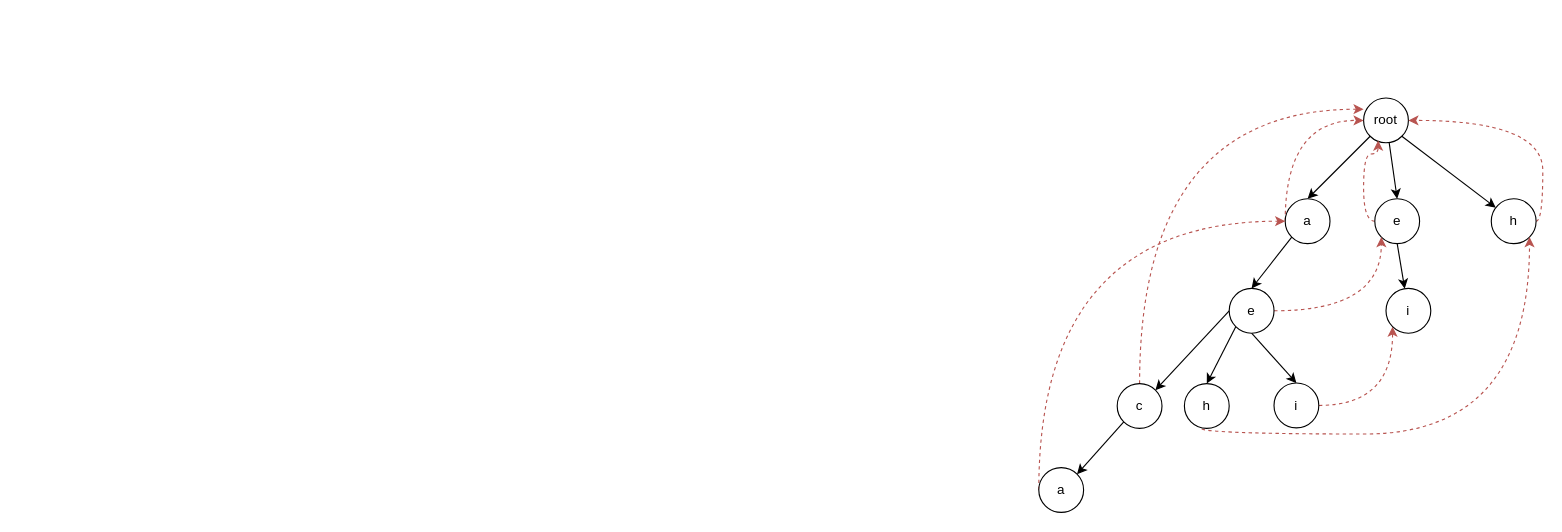
The draw.io diagram KMP、字典树、AC自动机.drawio in a7956232/drawIOFiles, before the edit. Source tidied: cells renumbered, new cells numbered last; positions are measured from the earlier drawing's top-left corner, leaving out a move shared by most shapes. Both pictures are drawn from the tidied source at 112%, with x=0, y=0 at pixel (1038, 97).
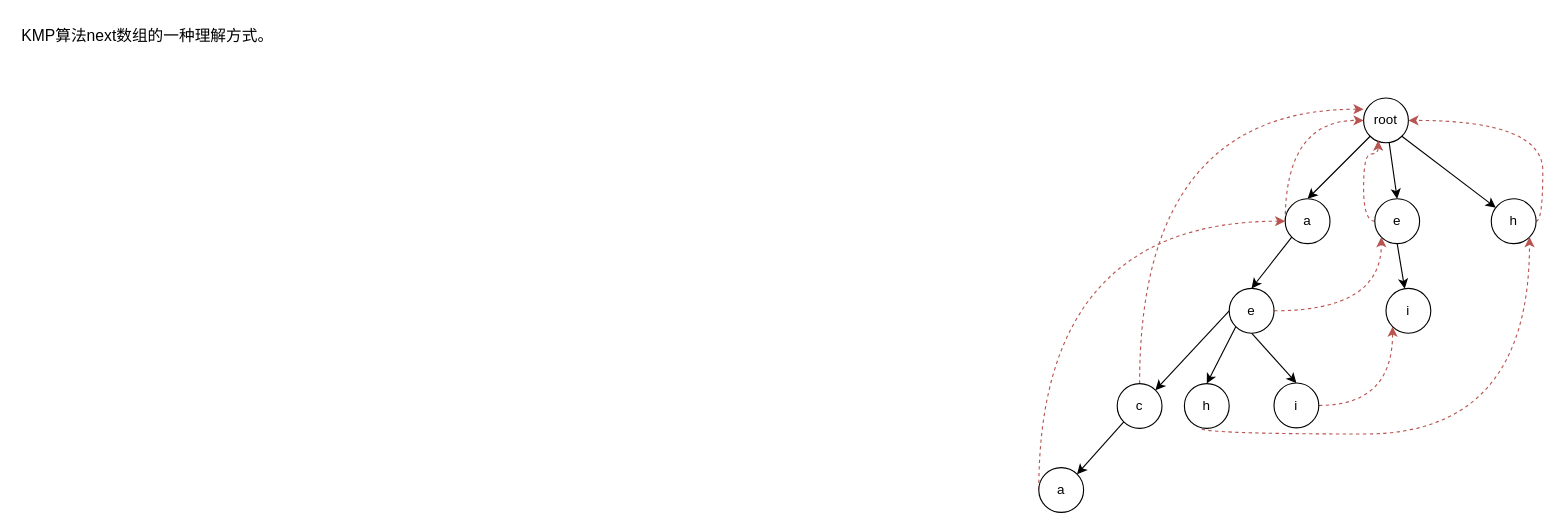
The same page after the edit.

Commit message:
更新KMP、字典树、AC自动机.drawio

Diff of the diagram source:
```diff
@@
+    <mxCell id="29" value="KMP算法next数组的一种理解方式。" style="text;html=1;strokeColor=none;fillColor=none;align=left;verticalAlign=top;whiteSpace=wrap;rounded=0;fontSize=14;" parent="1" vertex="1">
+      <mxGeometry x="-910" y="-70" width="500" height="120" as="geometry" />
+    </mxCell>
```
